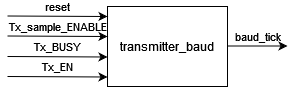
Earlier version of the draw.io export project_2/project-2.diagrams/transmitter_baud.drawio.png (gianath03/digital-circuit-lab). Source tidied: cells renumbered, new cells last; positions are measured from the earlier drawing's top-left corner, leaving out a move shared by most shapes. Its diagram source:
```xml
<mxGraphModel>
  <root>
    <mxCell id="0" />
    <mxCell id="1" parent="0" />
    <mxCell id="2" value="transmitter_baud" style="rounded=0;whiteSpace=wrap;html=1;fillColor=none;" parent="1" vertex="1">
      <mxGeometry x="100" width="120" height="80" as="geometry" />
    </mxCell>
    <mxCell id="3" value="reset" style="endArrow=classic;html=1;rounded=0;labelBackgroundColor=none;labelPosition=center;verticalLabelPosition=top;align=center;verticalAlign=bottom;" parent="1" edge="1">
      <mxGeometry relative="1" as="geometry">
        <mxPoint y="9.5" as="sourcePoint" />
        <mxPoint x="100" y="10" as="targetPoint" />
      </mxGeometry>
    </mxCell>
    <mxCell id="4" value="Tx_sample_ENABLE" style="endArrow=classic;html=1;rounded=0;labelBackgroundColor=none;labelPosition=center;verticalLabelPosition=top;align=center;verticalAlign=bottom;" parent="1" edge="1">
      <mxGeometry relative="1" as="geometry">
        <mxPoint y="29.5" as="sourcePoint" />
        <mxPoint x="100" y="30" as="targetPoint" />
      </mxGeometry>
    </mxCell>
    <mxCell id="5" value="Tx_BUSY" style="endArrow=classic;html=1;rounded=0;labelBackgroundColor=none;labelPosition=center;verticalLabelPosition=top;align=center;verticalAlign=bottom;" parent="1" edge="1">
      <mxGeometry relative="1" as="geometry">
        <mxPoint y="50" as="sourcePoint" />
        <mxPoint x="100" y="50.5" as="targetPoint" />
      </mxGeometry>
    </mxCell>
    <mxCell id="6" value="Tx_EN" style="endArrow=classic;html=1;rounded=0;labelBackgroundColor=none;labelPosition=center;verticalLabelPosition=top;align=center;verticalAlign=bottom;" parent="1" edge="1">
      <mxGeometry relative="1" as="geometry">
        <mxPoint y="70" as="sourcePoint" />
        <mxPoint x="100" y="70.5" as="targetPoint" />
      </mxGeometry>
    </mxCell>
    <mxCell id="7" value="baud_tick" style="endArrow=classic;html=1;rounded=0;labelBackgroundColor=none;labelPosition=center;verticalLabelPosition=top;align=center;verticalAlign=bottom;" parent="1" edge="1">
      <mxGeometry relative="1" as="geometry">
        <mxPoint x="220" y="39.5" as="sourcePoint" />
        <mxPoint x="280" y="39.5" as="targetPoint" />
      </mxGeometry>
    </mxCell>
  </root>
</mxGraphModel>
```
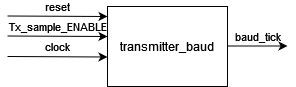
The same diagram one commit later.

What changed in the source:
```diff
@@ -17,18 +17,12 @@
         <mxPoint x="100" y="30" as="targetPoint" />
       </mxGeometry>
     </mxCell>
-    <mxCell id="5" value="Tx_BUSY" style="endArrow=classic;html=1;rounded=0;labelBackgroundColor=none;labelPosition=center;verticalLabelPosition=top;align=center;verticalAlign=bottom;" parent="1" edge="1">
+    <mxCell id="5" value="clock" style="endArrow=classic;html=1;rounded=0;labelBackgroundColor=none;labelPosition=center;verticalLabelPosition=top;align=center;verticalAlign=bottom;" parent="1" edge="1">
       <mxGeometry relative="1" as="geometry">
         <mxPoint y="50" as="sourcePoint" />
         <mxPoint x="100" y="50.5" as="targetPoint" />
       </mxGeometry>
     </mxCell>
-    <mxCell id="6" value="Tx_EN" style="endArrow=classic;html=1;rounded=0;labelBackgroundColor=none;labelPosition=center;verticalLabelPosition=top;align=center;verticalAlign=bottom;" parent="1" edge="1">
-      <mxGeometry relative="1" as="geometry">
-        <mxPoint y="70" as="sourcePoint" />
-        <mxPoint x="100" y="70.5" as="targetPoint" />
-      </mxGeometry>
-    </mxCell>
     <mxCell id="7" value="baud_tick" style="endArrow=classic;html=1;rounded=0;labelBackgroundColor=none;labelPosition=center;verticalLabelPosition=top;align=center;verticalAlign=bottom;" parent="1" edge="1">
       <mxGeometry relative="1" as="geometry">
         <mxPoint x="220" y="39.5" as="sourcePoint" />
```
